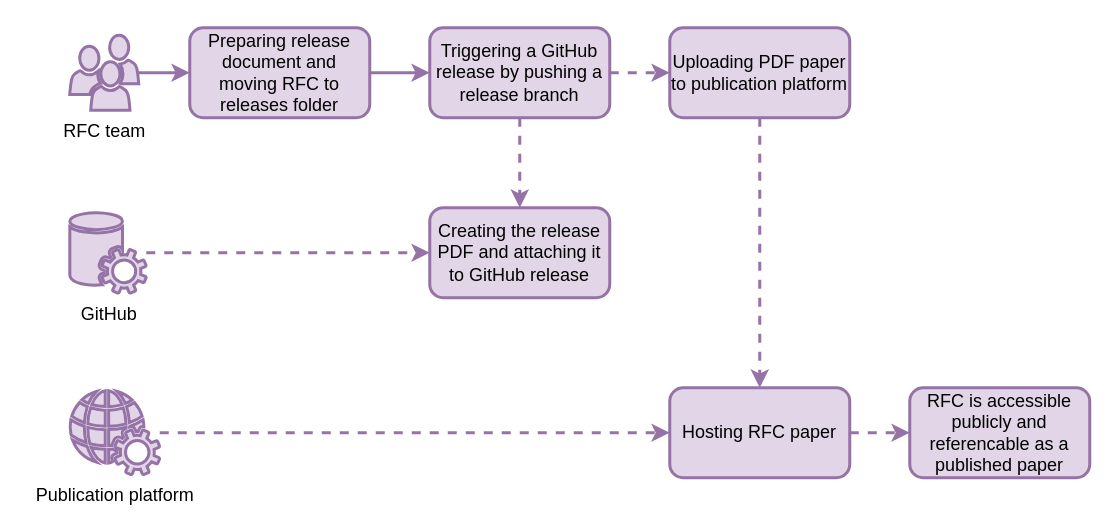
Before: files/drafts/RFC-0003/images/phase_4.drawio in time-machine-project/requests-for-comments, a draw.io diagram. Source tidied: cells renumbered, new cells numbered last; positions are measured from the earlier drawing's top-left corner, leaving out a move shared by most shapes. Both pictures are drawn from the tidied source at 150%, with x=0, y=0 at pixel (69, 27).
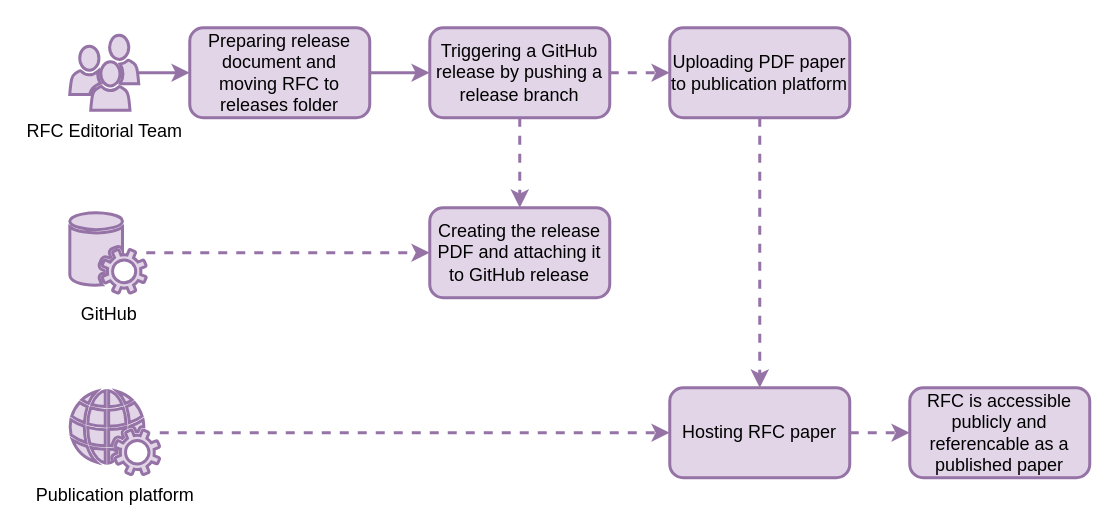
The same diagram, later.

What changed in the source:
```diff
@@
 <mxGraphModel>
   <root>
     <mxCell id="0" />
     <mxCell id="1" parent="0" />
     <mxCell id="2" style="edgeStyle=orthogonalEdgeStyle;rounded=0;jettySize=auto;html=1;fillColor=#e1d5e7;strokeColor=#9673a6;strokeWidth=2;" parent="1" edge="1" source="3" target="8">
       <mxGeometry relative="1" as="geometry" />
     </mxCell>
     <mxCell id="3" value="Preparing release document and moving RFC to releases folder" style="rounded=1;whiteSpace=wrap;html=1;fillColor=#e1d5e7;strokeColor=#9673a6;strokeWidth=2;" parent="1" vertex="1">
       <mxGeometry x="80" width="120" height="60" as="geometry" />
     </mxCell>
     <mxCell id="4" style="edgeStyle=orthogonalEdgeStyle;rounded=0;jettySize=auto;html=1;fillColor=#e1d5e7;strokeColor=#9673a6;strokeWidth=2;" parent="1" edge="1" source="5" target="3">
       <mxGeometry relative="1" as="geometry" />
     </mxCell>
-    <mxCell id="5" value="RFC team" style="shadow=0;dashed=0;html=1;strokeColor=#9673a6;fillColor=#e1d5e7;labelPosition=center;verticalLabelPosition=bottom;verticalAlign=top;outlineConnect=0;align=center;shape=mxgraph.office.users.users;strokeWidth=2;" parent="1" vertex="1">
+    <mxCell id="5" value="RFC Editorial Team" style="shadow=0;dashed=0;html=1;strokeColor=#9673a6;fillColor=#e1d5e7;labelPosition=center;verticalLabelPosition=bottom;verticalAlign=top;outlineConnect=0;align=center;shape=mxgraph.office.users.users;strokeWidth=2;" parent="1" vertex="1">
       <mxGeometry y="5" width="46" height="50" as="geometry" />
     </mxCell>
     <mxCell id="6" style="edgeStyle=orthogonalEdgeStyle;rounded=0;jettySize=auto;html=1;dashed=1;fillColor=#e1d5e7;strokeColor=#9673a6;strokeWidth=2;" parent="1" edge="1" source="8" target="17">
       <mxGeometry relative="1" as="geometry" />
     </mxCell>
     <mxCell id="7" style="edgeStyle=orthogonalEdgeStyle;rounded=0;jettySize=auto;html=1;dashed=1;fillColor=#e1d5e7;strokeColor=#9673a6;strokeWidth=2;" parent="1" edge="1" source="8" target="11">
       <mxGeometry relative="1" as="geometry" />
     </mxCell>
     <mxCell id="8" value="Triggering a GitHub release by pushing a release branch" style="rounded=1;whiteSpace=wrap;html=1;fillColor=#e1d5e7;strokeColor=#9673a6;strokeWidth=2;" parent="1" vertex="1">
       <mxGeometry x="240" width="120" height="60" as="geometry" />
     </mxCell>
     <mxCell id="9" style="edgeStyle=orthogonalEdgeStyle;rounded=0;jettySize=auto;html=1;dashed=1;fillColor=#e1d5e7;strokeColor=#9673a6;strokeWidth=2;" parent="1" edge="1" source="10" target="11">
       <mxGeometry relative="1" as="geometry" />
     </mxCell>
     <mxCell id="10" value="GitHub" style="shadow=0;dashed=0;html=1;strokeColor=#9673a6;fillColor=#e1d5e7;labelPosition=center;verticalLabelPosition=bottom;verticalAlign=top;outlineConnect=0;align=center;shape=mxgraph.office.services.central_management_service;strokeWidth=2;" parent="1" vertex="1">
       <mxGeometry y="123" width="51" height="54" as="geometry" />
     </mxCell>
     <mxCell id="11" value="Creating the release PDF and attaching it to GitHub release" style="rounded=1;whiteSpace=wrap;html=1;fillColor=#e1d5e7;strokeColor=#9673a6;strokeWidth=2;" parent="1" vertex="1">
       <mxGeometry x="240" y="120" width="120" height="60" as="geometry" />
     </mxCell>
     <mxCell id="12" style="edgeStyle=orthogonalEdgeStyle;rounded=0;jettySize=auto;html=1;dashed=1;fillColor=#e1d5e7;strokeColor=#9673a6;strokeWidth=2;" parent="1" edge="1" source="13" target="15">
       <mxGeometry relative="1" as="geometry" />
     </mxCell>
     <mxCell id="13" value="Publication platform" style="shadow=0;dashed=0;html=1;strokeColor=#9673a6;fillColor=#e1d5e7;labelPosition=center;verticalLabelPosition=bottom;verticalAlign=top;outlineConnect=0;align=center;shape=mxgraph.office.services.web_services;strokeWidth=2;" parent="1" vertex="1">
       <mxGeometry y="242" width="60" height="56" as="geometry" />
     </mxCell>
     <mxCell id="14" style="edgeStyle=orthogonalEdgeStyle;rounded=0;jettySize=auto;html=1;dashed=1;fillColor=#e1d5e7;strokeColor=#9673a6;strokeWidth=2;" parent="1" edge="1" source="15" target="18">
       <mxGeometry relative="1" as="geometry" />
     </mxCell>
     <mxCell id="15" value="Hosting RFC paper" style="rounded=1;whiteSpace=wrap;html=1;fillColor=#e1d5e7;strokeColor=#9673a6;strokeWidth=2;" parent="1" vertex="1">
       <mxGeometry x="400" y="240" width="120" height="60" as="geometry" />
     </mxCell>
     <mxCell id="16" style="edgeStyle=orthogonalEdgeStyle;rounded=0;jettySize=auto;html=1;entryX=0.5;entryY=0;entryDx=0;entryDy=0;dashed=1;fillColor=#e1d5e7;strokeColor=#9673a6;strokeWidth=2;" parent="1" edge="1" source="17" target="15">
       <mxGeometry relative="1" as="geometry" />
     </mxCell>
     <mxCell id="17" value="Uploading PDF paper to publication platform" style="rounded=1;whiteSpace=wrap;html=1;fillColor=#e1d5e7;strokeColor=#9673a6;strokeWidth=2;" parent="1" vertex="1">
       <mxGeometry x="400" width="120" height="60" as="geometry" />
     </mxCell>
     <mxCell id="18" value="RFC is accessible publicly and referencable as a published paper" style="rounded=1;whiteSpace=wrap;html=1;fillColor=#e1d5e7;strokeColor=#9673a6;strokeWidth=2;" parent="1" vertex="1">
       <mxGeometry x="560" y="240" width="120" height="60" as="geometry" />
     </mxCell>
   </root>
 </mxGraphModel>
```
